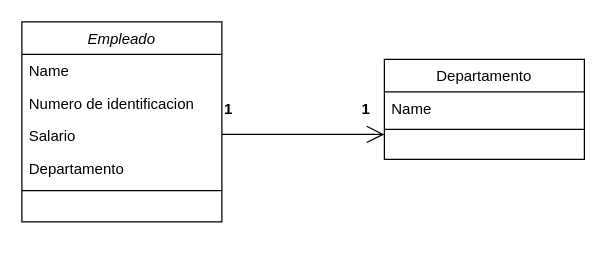
Earlier version of the draw.io diagram Diagrama sin título.drawio (AgustinaFontana/1prueba). Source tidied: cells renumbered, new cells numbered last; positions are measured from the earlier drawing's top-left corner, leaving out a move shared by most shapes. Both pictures are drawn from the tidied source at 125%, with x=0, y=0 at pixel (21, 21).
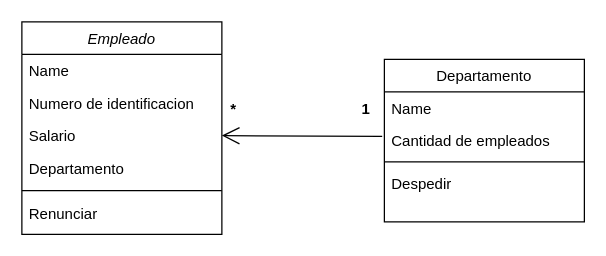
Above is the later version.

Change to the diagram source:
```diff
@@
 <mxGraphModel>
   <root>
     <mxCell id="0" />
     <mxCell id="1" parent="0" />
     <mxCell id="2" value="Empleado" style="swimlane;fontStyle=2;align=center;verticalAlign=top;horizontal=1;startSize=26;rounded=0;shadow=0;strokeWidth=1;" parent="1" vertex="1">
-      <mxGeometry width="160" height="160" as="geometry" />
+      <mxGeometry width="160" height="170" as="geometry" />
     </mxCell>
     <mxCell id="3" value="Name" style="text;align=left;verticalAlign=top;spacingLeft=4;spacingRight=4;overflow=hidden;" parent="2" vertex="1">
       <mxGeometry y="26" width="160" height="26" as="geometry" />
     </mxCell>
     <mxCell id="4" value="Numero de identificacion" style="text;align=left;verticalAlign=top;spacingLeft=4;spacingRight=4;overflow=hidden;rounded=0;shadow=0;html=0;" parent="2" vertex="1">
       <mxGeometry y="52" width="160" height="26" as="geometry" />
     </mxCell>
     <mxCell id="5" value="Salario" style="text;align=left;verticalAlign=top;spacingLeft=4;spacingRight=4;overflow=hidden;points=[[0,0.5],[1,0.5]];portConstraint=eastwest;rounded=0;shadow=0;html=0;" parent="2" vertex="1">
       <mxGeometry y="78" width="160" height="26" as="geometry" />
     </mxCell>
     <mxCell id="6" value="Departamento" style="text;align=left;verticalAlign=top;spacingLeft=4;spacingRight=4;overflow=hidden;rounded=0;shadow=0;html=0;" parent="2" vertex="1">
       <mxGeometry y="104" width="160" height="26" as="geometry" />
     </mxCell>
     <mxCell id="7" style="line;html=1;strokeWidth=1;align=left;verticalAlign=middle;spacingTop=-1;spacingLeft=3;spacingRight=3;labelPosition=right;" parent="2" vertex="1">
       <mxGeometry y="130" width="160" height="10" as="geometry" />
     </mxCell>
+    <mxCell id="14" value="Renunciar" style="text;align=left;verticalAlign=top;spacingLeft=4;spacingRight=4;overflow=hidden;rounded=0;shadow=0;html=0;" parent="2" vertex="1">
+      <mxGeometry y="140" width="160" height="26" as="geometry" />
+    </mxCell>
     <mxCell id="8" value="Departamento" style="swimlane;fontStyle=0;align=center;verticalAlign=top;horizontal=1;startSize=26;rounded=0;shadow=0;strokeWidth=1;" parent="1" vertex="1">
-      <mxGeometry x="290" y="30" width="160" height="80" as="geometry" />
+      <mxGeometry x="290" y="30" width="160" height="130" as="geometry" />
     </mxCell>
     <mxCell id="9" value="Name" style="text;align=left;verticalAlign=top;spacingLeft=4;spacingRight=4;overflow=hidden;points=[[0,0.5],[1,0.5]];portConstraint=eastwest;rounded=0;shadow=0;html=0;" parent="8" vertex="1">
       <mxGeometry y="26" width="160" height="26" as="geometry" />
     </mxCell>
+    <mxCell id="15" value="Cantidad de empleados" style="text;align=left;verticalAlign=top;spacingLeft=4;spacingRight=4;overflow=hidden;rounded=0;shadow=0;html=0;" parent="8" vertex="1">
+      <mxGeometry y="52" width="160" height="26" as="geometry" />
+    </mxCell>
     <mxCell id="10" style="line;html=1;strokeWidth=1;align=left;verticalAlign=middle;spacingTop=-1;spacingLeft=3;spacingRight=3;labelPosition=right;" parent="8" vertex="1">
-      <mxGeometry y="52" width="160" height="8" as="geometry" />
+      <mxGeometry y="78" width="160" height="8" as="geometry" />
     </mxCell>
+    <mxCell id="16" value="Despedir" style="text;align=left;verticalAlign=top;spacingLeft=4;spacingRight=4;overflow=hidden;rounded=0;shadow=0;html=0;" parent="8" vertex="1">
+      <mxGeometry y="86" width="160" height="26" as="geometry" />
+    </mxCell>
-    <mxCell id="11" style="endArrow=open;endFill=1;endSize=12;html=1;rounded=0;entryX=0;entryY=0.75;entryDx=0;entryDy=0;" parent="1" edge="1" target="8">
-      <mxGeometry relative="1" as="geometry">
-        <mxPoint x="160" y="90" as="sourcePoint" />
-      </mxGeometry>
+    <mxCell id="11" style="endArrow=open;endFill=1;endSize=12;html=1;rounded=0;entryX=1;entryY=0.5;entryDx=0;entryDy=0;exitX=-0.011;exitY=1.368;exitDx=0;exitDy=0;exitPerimeter=0;" parent="1" edge="1" source="9" target="5">
+      <mxGeometry relative="1" as="geometry" />
     </mxCell>
-    <mxCell id="12" value="1" style="text;align=center;fontStyle=1;verticalAlign=middle;spacingLeft=3;spacingRight=3;strokeColor=none;html=1;" parent="1" vertex="1">
-      <mxGeometry x="140" y="57" width="50" height="26" as="geometry" />
+    <mxCell id="12" value="*" style="text;align=center;fontStyle=1;verticalAlign=middle;spacingLeft=3;spacingRight=3;strokeColor=none;html=1;" parent="1" vertex="1">
+      <mxGeometry x="144" y="57" width="50" height="26" as="geometry" />
     </mxCell>
     <mxCell id="13" value="1" style="text;align=center;fontStyle=1;verticalAlign=middle;spacingLeft=3;spacingRight=3;strokeColor=none;html=1;" parent="1" vertex="1">
       <mxGeometry x="250" y="57" width="50" height="26" as="geometry" />
     </mxCell>
   </root>
 </mxGraphModel>
```
